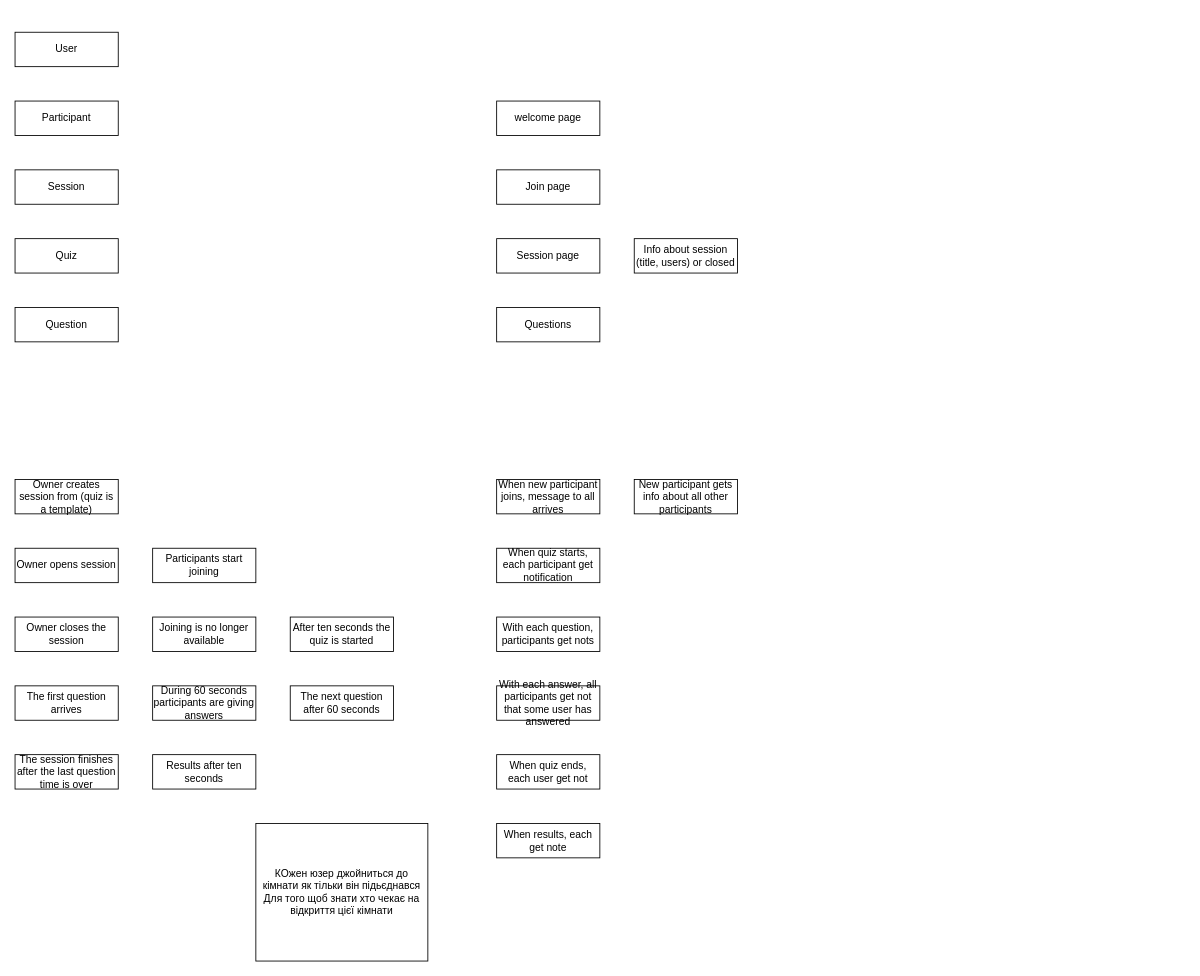
The draw.io diagram quizzer.drawio in GeorgeShvab/diagrams, before the edit. Source tidied: cells renumbered, new cells numbered last; positions are measured from the earlier drawing's top-left corner, leaving out a move shared by most shapes. Both pictures are drawn from the tidied source at 86%, with x=0, y=0 at pixel (15, 32).
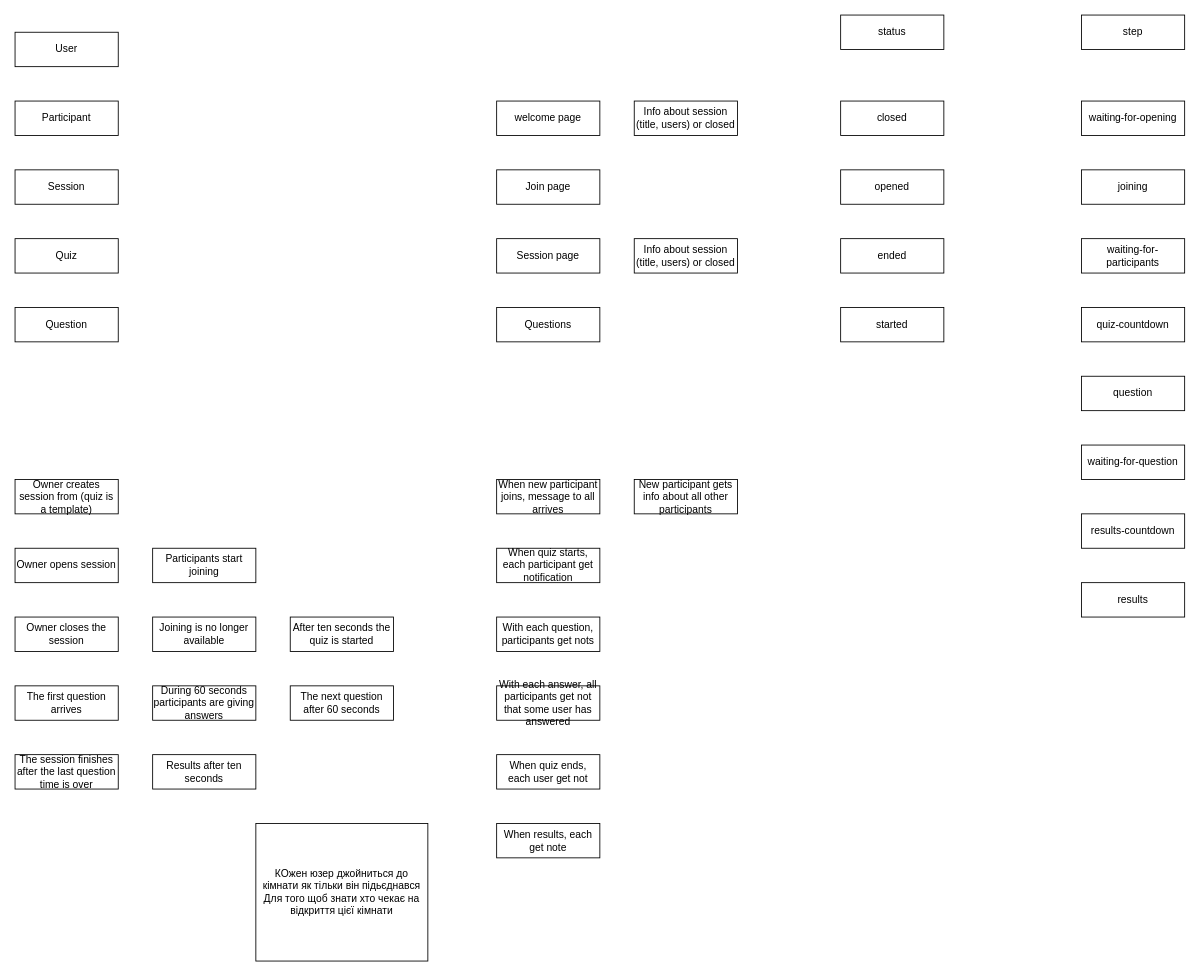
The same diagram, later.

The edit, as a diff of the source:
```diff
@@
+    <mxCell id="31" value="closed" style="rounded=0;whiteSpace=wrap;html=1;" parent="1" vertex="1">
+      <mxGeometry x="960" y="80" width="120" height="40" as="geometry" />
+    </mxCell>
+    <mxCell id="32" value="opened" style="rounded=0;whiteSpace=wrap;html=1;" parent="1" vertex="1">
+      <mxGeometry x="960" y="160" width="120" height="40" as="geometry" />
+    </mxCell>
+    <mxCell id="33" value="ended" style="rounded=0;whiteSpace=wrap;html=1;" parent="1" vertex="1">
+      <mxGeometry x="960" y="240" width="120" height="40" as="geometry" />
+    </mxCell>
+    <mxCell id="34" value="started" style="rounded=0;whiteSpace=wrap;html=1;" parent="1" vertex="1">
+      <mxGeometry x="960" y="320" width="120" height="40" as="geometry" />
+    </mxCell>
+    <mxCell id="35" value="Info about session (title, users) or closed" style="rounded=0;whiteSpace=wrap;html=1;" parent="1" vertex="1">
+      <mxGeometry x="720" y="80" width="120" height="40" as="geometry" />
+    </mxCell>
+    <mxCell id="36" value="step" style="rounded=0;whiteSpace=wrap;html=1;" parent="1" vertex="1">
+      <mxGeometry x="1240" y="-20" width="120" height="40" as="geometry" />
+    </mxCell>
+    <mxCell id="37" value="status" style="rounded=0;whiteSpace=wrap;html=1;" parent="1" vertex="1">
+      <mxGeometry x="960" y="-20" width="120" height="40" as="geometry" />
+    </mxCell>
+    <mxCell id="38" value="waiting-for-participants" style="rounded=0;whiteSpace=wrap;html=1;" parent="1" vertex="1">
+      <mxGeometry x="1240" y="240" width="120" height="40" as="geometry" />
+    </mxCell>
+    <mxCell id="39" value="waiting-for-opening" style="rounded=0;whiteSpace=wrap;html=1;" parent="1" vertex="1">
+      <mxGeometry x="1240" y="80" width="120" height="40" as="geometry" />
+    </mxCell>
+    <mxCell id="40" value="quiz-countdown" style="rounded=0;whiteSpace=wrap;html=1;" parent="1" vertex="1">
+      <mxGeometry x="1240" y="320" width="120" height="40" as="geometry" />
+    </mxCell>
+    <mxCell id="41" value="question" style="rounded=0;whiteSpace=wrap;html=1;" parent="1" vertex="1">
+      <mxGeometry x="1240" y="400" width="120" height="40" as="geometry" />
+    </mxCell>
+    <mxCell id="42" value="waiting-for-question" style="rounded=0;whiteSpace=wrap;html=1;" parent="1" vertex="1">
+      <mxGeometry x="1240" y="480" width="120" height="40" as="geometry" />
+    </mxCell>
+    <mxCell id="43" value="results-countdown" style="rounded=0;whiteSpace=wrap;html=1;" parent="1" vertex="1">
+      <mxGeometry x="1240" y="560" width="120" height="40" as="geometry" />
+    </mxCell>
+    <mxCell id="44" value="results" style="rounded=0;whiteSpace=wrap;html=1;" parent="1" vertex="1">
+      <mxGeometry x="1240" y="640" width="120" height="40" as="geometry" />
+    </mxCell>
+    <mxCell id="45" value="joining" style="rounded=0;whiteSpace=wrap;html=1;" parent="1" vertex="1">
+      <mxGeometry x="1240" y="160" width="120" height="40" as="geometry" />
+    </mxCell>
```
